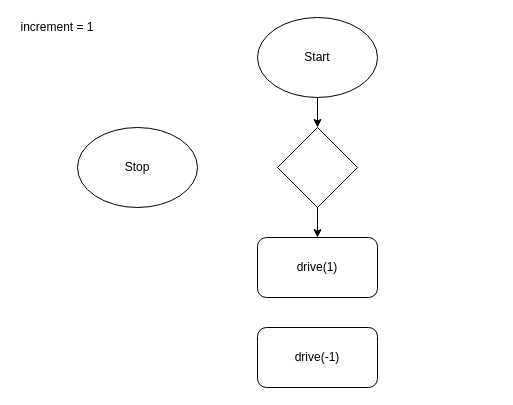
Earlier version of the draw.io diagram verkefni1/Untitled Diagram.drawio (Davygod/ROBO2RG05AU-1). Source tidied: cells renumbered, new cells numbered last; positions are measured from the earlier drawing's top-left corner, leaving out a move shared by most shapes. Both pictures are drawn from the tidied source at 100%, with x=0, y=0 at pixel (17, 17).
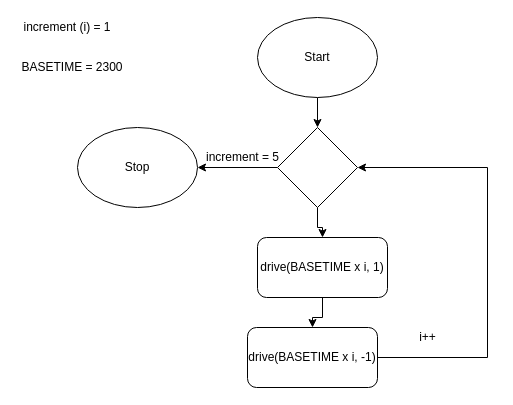
Above is the later version.

Change to the diagram source:
```diff
@@
 <mxGraphModel>
   <root>
     <mxCell id="0" />
     <mxCell id="1" parent="0" />
     <mxCell id="2" style="edgeStyle=orthogonalEdgeStyle;rounded=0;jettySize=auto;html=1;" parent="1" edge="1" source="3" target="5">
       <mxGeometry relative="1" as="geometry" />
     </mxCell>
     <mxCell id="3" value="Start" style="ellipse;whiteSpace=wrap;html=1;" parent="1" vertex="1">
       <mxGeometry x="240" width="120" height="80" as="geometry" />
     </mxCell>
     <mxCell id="4" style="edgeStyle=orthogonalEdgeStyle;rounded=0;jettySize=auto;html=1;" parent="1" edge="1" source="5" target="6">
       <mxGeometry relative="1" as="geometry" />
     </mxCell>
+    <mxCell id="10" style="edgeStyle=orthogonalEdgeStyle;rounded=0;jettySize=auto;html=1;fontSize=12;" parent="1" edge="1" source="5" target="7">
+      <mxGeometry relative="1" as="geometry" />
+    </mxCell>
     <mxCell id="5" style="rhombus;whiteSpace=wrap;html=1;" parent="1" vertex="1">
       <mxGeometry x="260" y="110" width="80" height="80" as="geometry" />
     </mxCell>
+    <mxCell id="11" style="edgeStyle=orthogonalEdgeStyle;rounded=0;jettySize=auto;html=1;fontSize=12;" parent="1" edge="1" source="6" target="9">
+      <mxGeometry relative="1" as="geometry" />
+    </mxCell>
-    <mxCell id="6" value="drive(1)" style="rounded=1;whiteSpace=wrap;html=1;" parent="1" vertex="1">
-      <mxGeometry x="240" y="220" width="120" height="60" as="geometry" />
+    <mxCell id="6" value="drive(BASETIME x i, 1)" style="rounded=1;whiteSpace=wrap;html=1;" parent="1" vertex="1">
+      <mxGeometry x="240" y="220" width="130" height="60" as="geometry" />
     </mxCell>
     <mxCell id="7" value="Stop" style="ellipse;whiteSpace=wrap;html=1;" parent="1" vertex="1">
       <mxGeometry x="60" y="110" width="120" height="80" as="geometry" />
     </mxCell>
-    <mxCell id="8" value="increment = 1" style="text;html=1;strokeColor=none;fillColor=none;align=center;verticalAlign=middle;whiteSpace=wrap;rounded=0;" parent="1" vertex="1">
-      <mxGeometry width="80" height="20" as="geometry" />
+    <mxCell id="8" value="increment (i) = 1" style="text;html=1;strokeColor=none;fillColor=none;align=center;verticalAlign=middle;whiteSpace=wrap;rounded=0;fontSize=12;" parent="1" vertex="1">
+      <mxGeometry width="100" height="20" as="geometry" />
     </mxCell>
+    <mxCell id="12" style="edgeStyle=orthogonalEdgeStyle;rounded=0;jettySize=auto;html=1;fontSize=12;entryX=1;entryY=0.5;entryDx=0;entryDy=0;" parent="1" edge="1" source="9" target="5">
+      <mxGeometry relative="1" as="geometry">
+        <Array as="points">
+          <mxPoint x="470" y="340" />
+          <mxPoint x="470" y="150" />
+        </Array>
+      </mxGeometry>
+    </mxCell>
-    <mxCell id="9" value="drive(-1)" style="rounded=1;whiteSpace=wrap;html=1;" parent="1" vertex="1">
-      <mxGeometry x="240" y="310" width="120" height="60" as="geometry" />
+    <mxCell id="9" value="drive(BASETIME x i, -1)" style="rounded=1;whiteSpace=wrap;html=1;" parent="1" vertex="1">
+      <mxGeometry x="230" y="310" width="130" height="60" as="geometry" />
     </mxCell>
+    <mxCell id="13" value="BASETIME = 2300" style="text;html=1;strokeColor=none;fillColor=none;align=center;verticalAlign=middle;whiteSpace=wrap;rounded=0;fontSize=12;" parent="1" vertex="1">
+      <mxGeometry y="40" width="110" height="20" as="geometry" />
+    </mxCell>
+    <mxCell id="14" value="increment = 5" style="text;html=1;align=center;verticalAlign=middle;strokeColor=none;fontSize=12;" parent="1" vertex="1">
+      <mxGeometry x="180" y="130" width="90" height="20" as="geometry" />
+    </mxCell>
+    <mxCell id="15" value="i++" style="text;html=1;align=center;verticalAlign=middle;strokeColor=none;fontSize=12;" parent="1" vertex="1">
+      <mxGeometry x="395" y="310" width="30" height="20" as="geometry" />
+    </mxCell>
   </root>
 </mxGraphModel>
```
